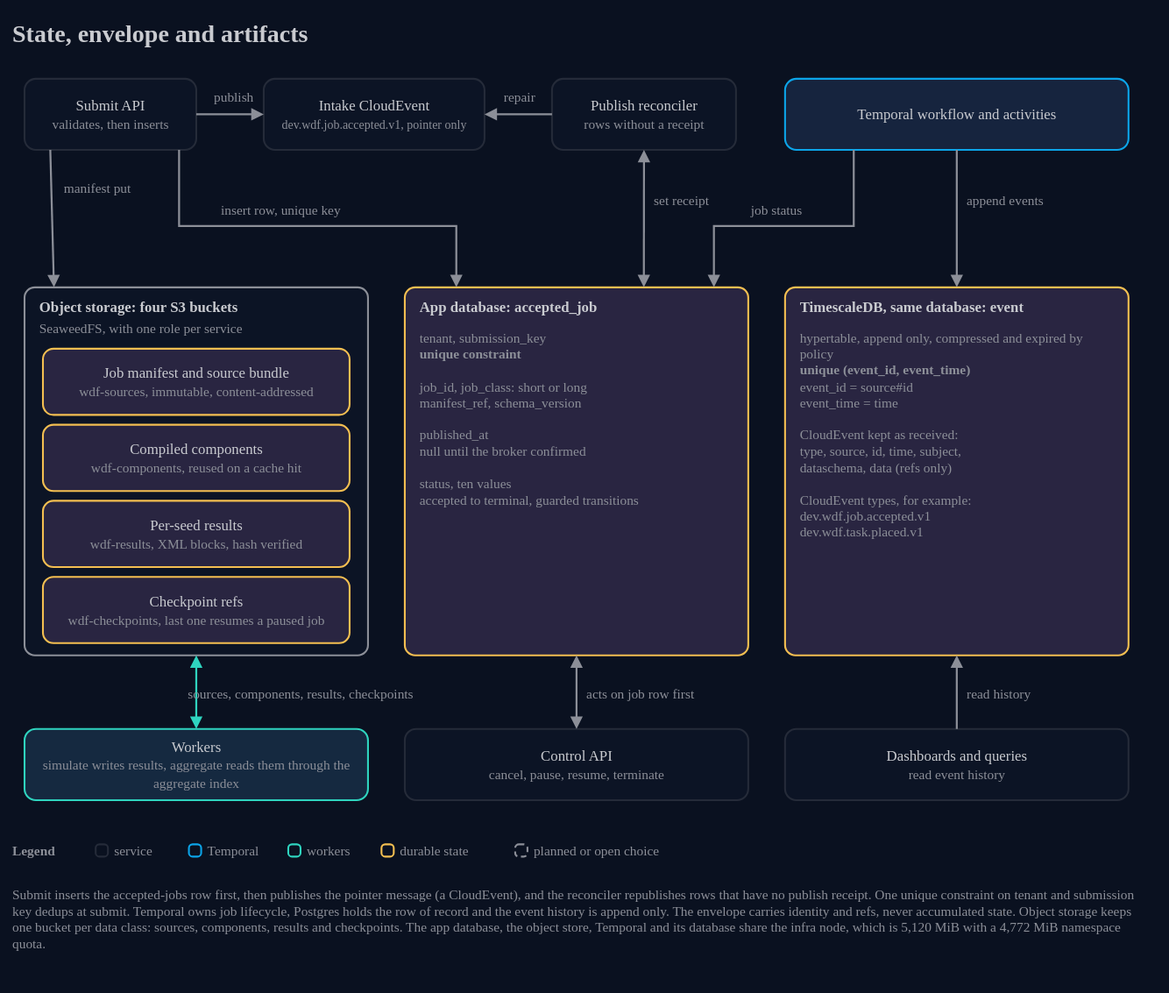
Earlier version of the draw.io export docs/architecture/13-state-envelope-artifacts.drawio.svg (AndoNorth/wasm-dag-forge). Source tidied: cells renumbered, new cells last; positions are measured from the earlier drawing's top-left corner, leaving out a move shared by most shapes.
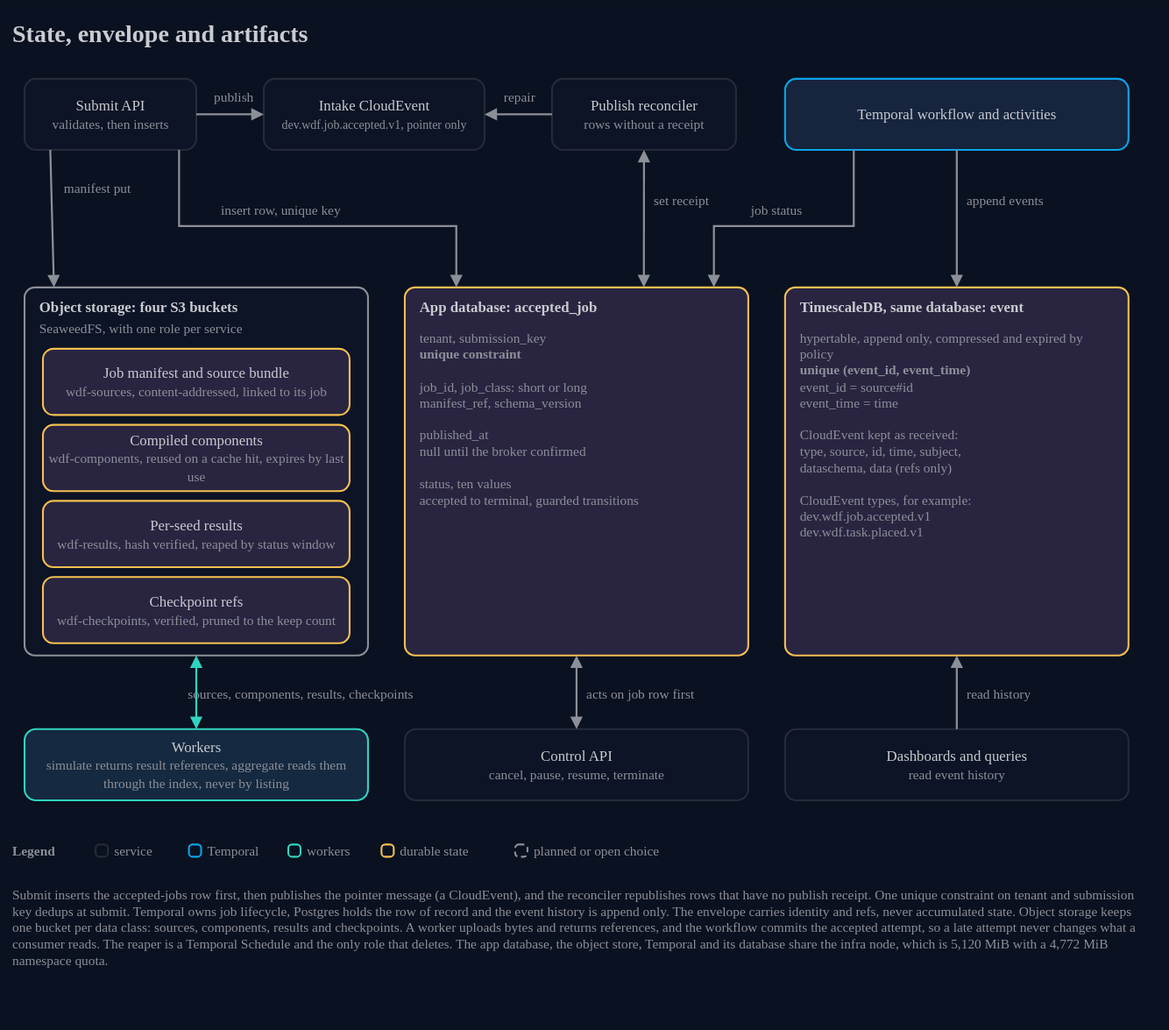
Above is the later version.

Commit message:
docs(artifacts): exit test record and closure of the artifact passing spec, refined architecture note

Change to the diagram source:
```diff
@@ -44,19 +44,19 @@
     <mxCell id="15" value="SeaweedFS, with one role per service" style="text;html=1;strokeColor=none;fillColor=none;align=left;verticalAlign=middle;whiteSpace=nowrap;fontColor=#8c8f98;fontSize=11;fontFamily=IBM Plex Sans;spacing=0;" parent="1" vertex="1">
       <mxGeometry x="22" y="248" width="260" height="18" as="geometry" />
     </mxCell>
-    <mxCell id="16" value="Job manifest and source bundle&lt;br&gt;&lt;font color=&quot;#8c8f98&quot; style=&quot;font-size:11px&quot;&gt;wdf-sources, immutable, content-addressed&lt;/font&gt;" style="rounded=1;arcSize=16;html=1;whiteSpace=wrap;fillColor=#292541;strokeColor=#f4bf51;strokeWidth=1.5;fontColor=#c9cbd0;fontSize=12;fontFamily=IBM Plex Sans;align=center;verticalAlign=middle;" parent="1" vertex="1">
+    <mxCell id="16" value="Job manifest and source bundle&lt;br&gt;&lt;font color=&quot;#8c8f98&quot; style=&quot;font-size:11px&quot;&gt;wdf-sources, content-addressed, linked to its job&lt;/font&gt;" style="rounded=1;arcSize=16;html=1;whiteSpace=wrap;fillColor=#292541;strokeColor=#f4bf51;strokeWidth=1.5;fontColor=#c9cbd0;fontSize=12;fontFamily=IBM Plex Sans;align=center;verticalAlign=middle;" parent="1" vertex="1">
       <mxGeometry x="25" y="274" width="250" height="54" as="geometry" />
     </mxCell>
-    <mxCell id="17" value="Compiled components&lt;br&gt;&lt;font color=&quot;#8c8f98&quot; style=&quot;font-size:11px&quot;&gt;wdf-components, reused on a cache hit&lt;/font&gt;" style="rounded=1;arcSize=16;html=1;whiteSpace=wrap;fillColor=#292541;strokeColor=#f4bf51;strokeWidth=1.5;fontColor=#c9cbd0;fontSize=12;fontFamily=IBM Plex Sans;align=center;verticalAlign=middle;" parent="1" vertex="1">
+    <mxCell id="17" value="Compiled components&lt;br&gt;&lt;font color=&quot;#8c8f98&quot; style=&quot;font-size:11px&quot;&gt;wdf-components, reused on a cache hit, expires by last use&lt;/font&gt;" style="rounded=1;arcSize=16;html=1;whiteSpace=wrap;fillColor=#292541;strokeColor=#f4bf51;strokeWidth=1.5;fontColor=#c9cbd0;fontSize=12;fontFamily=IBM Plex Sans;align=center;verticalAlign=middle;" parent="1" vertex="1">
       <mxGeometry x="25" y="336" width="250" height="54" as="geometry" />
     </mxCell>
-    <mxCell id="18" value="Per-seed results&lt;br&gt;&lt;font color=&quot;#8c8f98&quot; style=&quot;font-size:11px&quot;&gt;wdf-results, XML blocks, hash verified&lt;/font&gt;" style="rounded=1;arcSize=16;html=1;whiteSpace=wrap;fillColor=#292541;strokeColor=#f4bf51;strokeWidth=1.5;fontColor=#c9cbd0;fontSize=12;fontFamily=IBM Plex Sans;align=center;verticalAlign=middle;" parent="1" vertex="1">
+    <mxCell id="18" value="Per-seed results&lt;br&gt;&lt;font color=&quot;#8c8f98&quot; style=&quot;font-size:11px&quot;&gt;wdf-results, hash verified, reaped by status window&lt;/font&gt;" style="rounded=1;arcSize=16;html=1;whiteSpace=wrap;fillColor=#292541;strokeColor=#f4bf51;strokeWidth=1.5;fontColor=#c9cbd0;fontSize=12;fontFamily=IBM Plex Sans;align=center;verticalAlign=middle;" parent="1" vertex="1">
       <mxGeometry x="25" y="398" width="250" height="54" as="geometry" />
     </mxCell>
-    <mxCell id="19" value="Checkpoint refs&lt;br&gt;&lt;font color=&quot;#8c8f98&quot; style=&quot;font-size:11px&quot;&gt;wdf-checkpoints, last one resumes a paused job&lt;/font&gt;" style="rounded=1;arcSize=16;html=1;whiteSpace=wrap;fillColor=#292541;strokeColor=#f4bf51;strokeWidth=1.5;fontColor=#c9cbd0;fontSize=12;fontFamily=IBM Plex Sans;align=center;verticalAlign=middle;" parent="1" vertex="1">
+    <mxCell id="19" value="Checkpoint refs&lt;br&gt;&lt;font color=&quot;#8c8f98&quot; style=&quot;font-size:11px&quot;&gt;wdf-checkpoints, verified, pruned to the keep count&lt;/font&gt;" style="rounded=1;arcSize=16;html=1;whiteSpace=wrap;fillColor=#292541;strokeColor=#f4bf51;strokeWidth=1.5;fontColor=#c9cbd0;fontSize=12;fontFamily=IBM Plex Sans;align=center;verticalAlign=middle;" parent="1" vertex="1">
       <mxGeometry x="25" y="460" width="250" height="54" as="geometry" />
     </mxCell>
-    <mxCell id="20" value="Workers&lt;br&gt;&lt;font color=&quot;#8c8f98&quot; style=&quot;font-size:11px&quot;&gt;simulate writes results, aggregate reads them through the aggregate index&lt;/font&gt;" style="rounded=1;arcSize=16;html=1;whiteSpace=wrap;fillColor=#152940;strokeColor=#2fd4bf;strokeWidth=1.5;fontColor=#c9cbd0;fontSize=12;fontFamily=IBM Plex Sans;align=center;verticalAlign=middle;" parent="1" vertex="1">
+    <mxCell id="20" value="Workers&lt;br&gt;&lt;font color=&quot;#8c8f98&quot; style=&quot;font-size:11px&quot;&gt;simulate returns result references, aggregate reads them through the index, never by listing&lt;/font&gt;" style="rounded=1;arcSize=16;html=1;whiteSpace=wrap;fillColor=#152940;strokeColor=#2fd4bf;strokeWidth=1.5;fontColor=#c9cbd0;fontSize=12;fontFamily=IBM Plex Sans;align=center;verticalAlign=middle;" parent="1" vertex="1">
       <mxGeometry x="10" y="584" width="280" height="58" as="geometry" />
     </mxCell>
     <mxCell id="21" value="Control API&lt;br&gt;&lt;font color=&quot;#8c8f98&quot; style=&quot;font-size:11px&quot;&gt;cancel, pause, resume, terminate&lt;/font&gt;" style="rounded=1;arcSize=16;html=1;whiteSpace=wrap;fillColor=#0c1425;strokeColor=#252b39;strokeWidth=1.5;fontColor=#c9cbd0;fontSize=12;fontFamily=IBM Plex Sans;align=center;verticalAlign=middle;" parent="1" vertex="1">
@@ -168,8 +168,8 @@
     <mxCell id="53" value="planned or open choice" style="text;html=1;strokeColor=none;fillColor=none;align=left;verticalAlign=middle;whiteSpace=nowrap;fontColor=#8c8f98;fontSize=11;fontFamily=IBM Plex Sans;spacing=0;" parent="1" vertex="1">
       <mxGeometry x="425" y="674" width="131" height="18" as="geometry" />
     </mxCell>
-    <mxCell id="54" value="Submit inserts the accepted-jobs row first, then publishes the pointer message (a CloudEvent), and the reconciler republishes rows that have no publish receipt. One unique constraint on tenant and submission key dedups at submit. Temporal owns job lifecycle, Postgres holds the row of record and the event history is append only. The envelope carries identity and refs, never accumulated state. Object storage keeps one bucket per data class: sources, components, results and checkpoints. The app database, the object store, Temporal and its database share the infra node, which is 5,120 MiB with a 4,772 MiB namespace quota." style="text;html=1;strokeColor=none;fillColor=none;align=left;verticalAlign=top;whiteSpace=wrap;fontColor=#8c8f98;fontSize=11;fontFamily=IBM Plex Sans;spacing=0;" parent="1" vertex="1">
-      <mxGeometry y="708" width="920" height="70" as="geometry" />
+    <mxCell id="54" value="Submit inserts the accepted-jobs row first, then publishes the pointer message (a CloudEvent), and the reconciler republishes rows that have no publish receipt. One unique constraint on tenant and submission key dedups at submit. Temporal owns job lifecycle, Postgres holds the row of record and the event history is append only. The envelope carries identity and refs, never accumulated state. Object storage keeps one bucket per data class: sources, components, results and checkpoints. A worker uploads bytes and returns references, and the workflow commits the accepted attempt, so a late attempt never changes what a consumer reads. The reaper is a Temporal Schedule and the only role that deletes. The app database, the object store, Temporal and its database share the infra node, which is 5,120 MiB with a 4,772 MiB namespace quota." style="text;html=1;strokeColor=none;fillColor=none;align=left;verticalAlign=top;whiteSpace=wrap;fontColor=#8c8f98;fontSize=11;fontFamily=IBM Plex Sans;spacing=0;" parent="1" vertex="1">
+      <mxGeometry y="708" width="920" height="100" as="geometry" />
     </mxCell>
   </root>
 </mxGraphModel>
```
